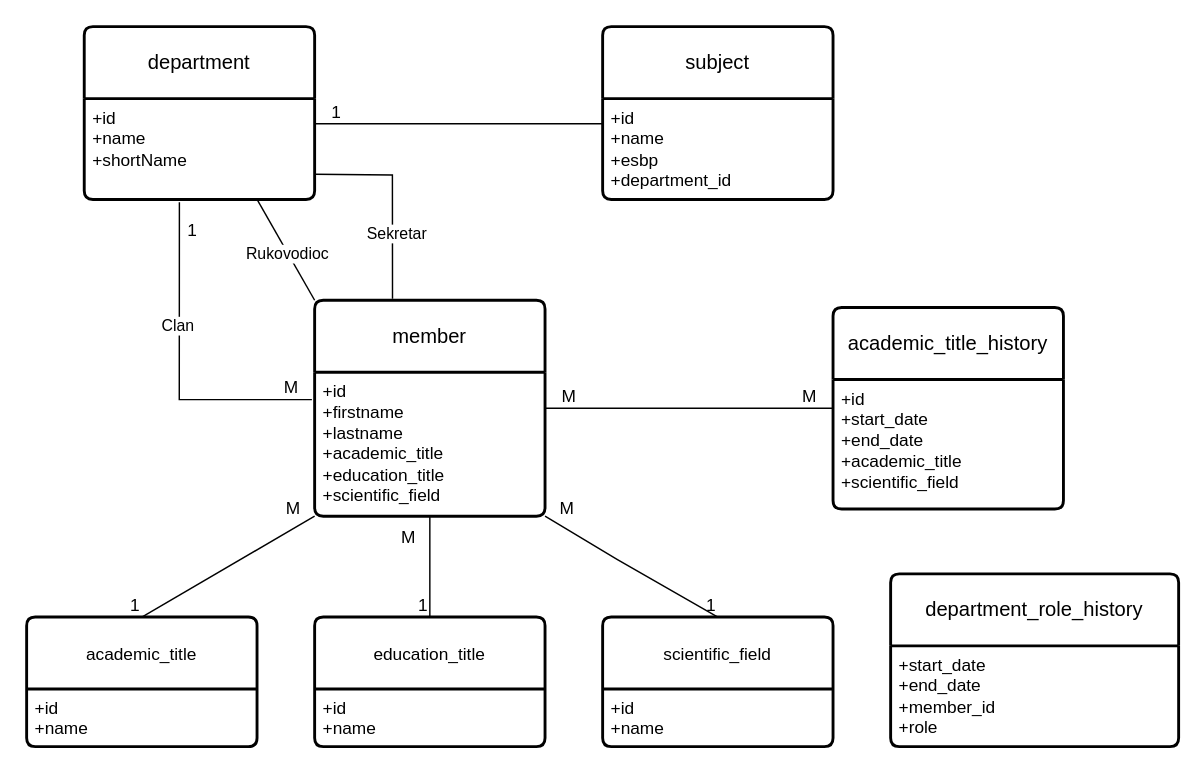
Earlier version of the draw.io diagram master/NST - Sprijng app.drawio (Djordje1998/draw.io). Source tidied: cells renumbered, new cells numbered last; positions are measured from the earlier drawing's top-left corner, leaving out a move shared by most shapes. Both pictures are drawn from the tidied source at 144%, with x=0, y=0 at pixel (26, 26).
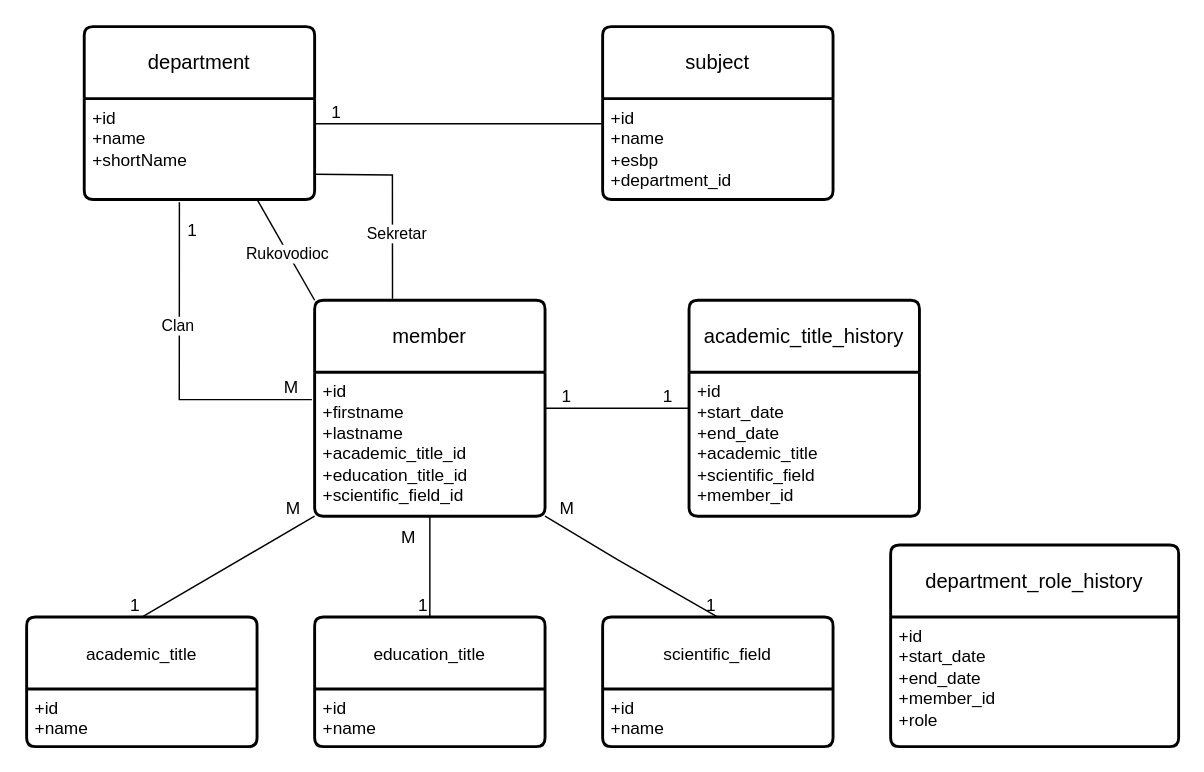
The same page after the edit.

Unchanged cells that the change refers to:
```xml
<mxCell id="6" value="member" style="swimlane;horizontal=1;startSize=50;rounded=1;fontSize=14;fontStyle=0;strokeWidth=2;shadow=0;dashed=0;align=center;arcSize=4;whiteSpace=wrap;html=1;" parent="1" vertex="1">
  <mxGeometry x="200" y="190" width="160" height="150" as="geometry" />
</mxCell>
<mxCell id="31" style="endArrow=none;html=1;rounded=0;exitX=1;exitY=0.25;exitDx=0;exitDy=0;entryX=0;entryY=0.5;entryDx=0;entryDy=0;" parent="1" edge="1" source="7" target="14">
  <mxGeometry relative="1" as="geometry" />
</mxCell>
```

Change to the diagram source:
```diff
@@
-    <mxCell id="7" value="+id&lt;br&gt;+firstname&lt;br&gt;+lastname&lt;div&gt;+academic_title&lt;/div&gt;&lt;div&gt;+education_title&lt;/div&gt;&lt;div&gt;+scientific_field&lt;/div&gt;" style="align=left;strokeColor=none;fillColor=none;spacingLeft=4;fontSize=12;verticalAlign=top;html=1;" parent="6" vertex="1">
+    <mxCell id="7" value="+id&lt;br&gt;+firstname&lt;br&gt;+lastname&lt;div&gt;+academic_title_id&lt;/div&gt;&lt;div&gt;+education_title_id&lt;/div&gt;&lt;div&gt;+scientific_field_id&lt;/div&gt;" style="align=left;strokeColor=none;fillColor=none;spacingLeft=4;fontSize=12;verticalAlign=top;html=1;" parent="6" vertex="1">
       <mxGeometry y="50" width="160" height="100" as="geometry" />
     </mxCell>
@@
     <mxCell id="14" value="academic_title_history" style="swimlane;horizontal=1;startSize=50;rounded=1;fontSize=14;fontStyle=0;strokeWidth=2;shadow=0;dashed=0;align=center;arcSize=4;whiteSpace=wrap;html=1;" parent="1" vertex="1">
-      <mxGeometry x="560" y="195" width="160" height="140" as="geometry" />
+      <mxGeometry x="460" y="190" width="160" height="150" as="geometry" />
     </mxCell>
-    <mxCell id="15" value="+id&lt;br&gt;+start_date&lt;br&gt;+end_date&lt;div&gt;+academic_title&lt;/div&gt;&lt;div&gt;+scientific_field&lt;/div&gt;" style="align=left;strokeColor=none;fillColor=none;spacingLeft=4;fontSize=12;verticalAlign=top;html=1;" parent="14" vertex="1">
-      <mxGeometry y="50" width="160" height="90" as="geometry" />
+    <mxCell id="15" value="+id&lt;br&gt;+start_date&lt;br&gt;+end_date&lt;div&gt;+academic_title&lt;/div&gt;&lt;div&gt;+scientific_field&lt;/div&gt;&lt;div&gt;+member_id&lt;/div&gt;" style="align=left;strokeColor=none;fillColor=none;spacingLeft=4;fontSize=12;verticalAlign=top;html=1;" parent="14" vertex="1">
+      <mxGeometry y="50" width="160" height="100" as="geometry" />
     </mxCell>
@@
-    <mxCell id="32" value="M" style="html=1;whiteSpace=wrap;align=left;verticalAlign=bottom;" parent="31" vertex="1">
+    <mxCell id="32" value="1" style="html=1;whiteSpace=wrap;align=left;verticalAlign=bottom;" parent="31" vertex="1">
       <mxGeometry x="-1" relative="1" as="geometry">
         <mxPoint x="10" as="offset" />
       </mxGeometry>
     </mxCell>
-    <mxCell id="33" value="M" style="html=1;whiteSpace=wrap;align=right;verticalAlign=bottom;" parent="31" vertex="1">
+    <mxCell id="33" value="1" style="html=1;whiteSpace=wrap;align=right;verticalAlign=bottom;" parent="31" vertex="1">
       <mxGeometry x="1" relative="1" as="geometry">
         <mxPoint x="-10" as="offset" />
       </mxGeometry>
     </mxCell>
@@
     <mxCell id="38" value="department_role_history" style="swimlane;horizontal=1;startSize=50;rounded=1;fontSize=14;fontStyle=0;strokeWidth=2;shadow=0;dashed=0;align=center;arcSize=4;whiteSpace=wrap;html=1;" parent="1" vertex="1">
-      <mxGeometry x="600" y="380" width="200" height="120" as="geometry" />
+      <mxGeometry x="600" y="360" width="200" height="140" as="geometry" />
     </mxCell>
-    <mxCell id="39" value="+start_date&lt;br&gt;+end_date&lt;br&gt;+member_id&lt;div&gt;+role&lt;/div&gt;" style="align=left;strokeColor=none;fillColor=none;spacingLeft=4;fontSize=12;verticalAlign=top;html=1;" parent="38" vertex="1">
-      <mxGeometry y="50" width="200" height="70" as="geometry" />
+    <mxCell id="39" value="&lt;div&gt;+id&lt;/div&gt;+start_date&lt;br&gt;+end_date&lt;br&gt;+member_id&lt;div&gt;+role&lt;/div&gt;" style="align=left;strokeColor=none;fillColor=none;spacingLeft=4;fontSize=12;verticalAlign=top;html=1;" parent="38" vertex="1">
+      <mxGeometry y="50" width="200" height="90" as="geometry" />
     </mxCell>
```
